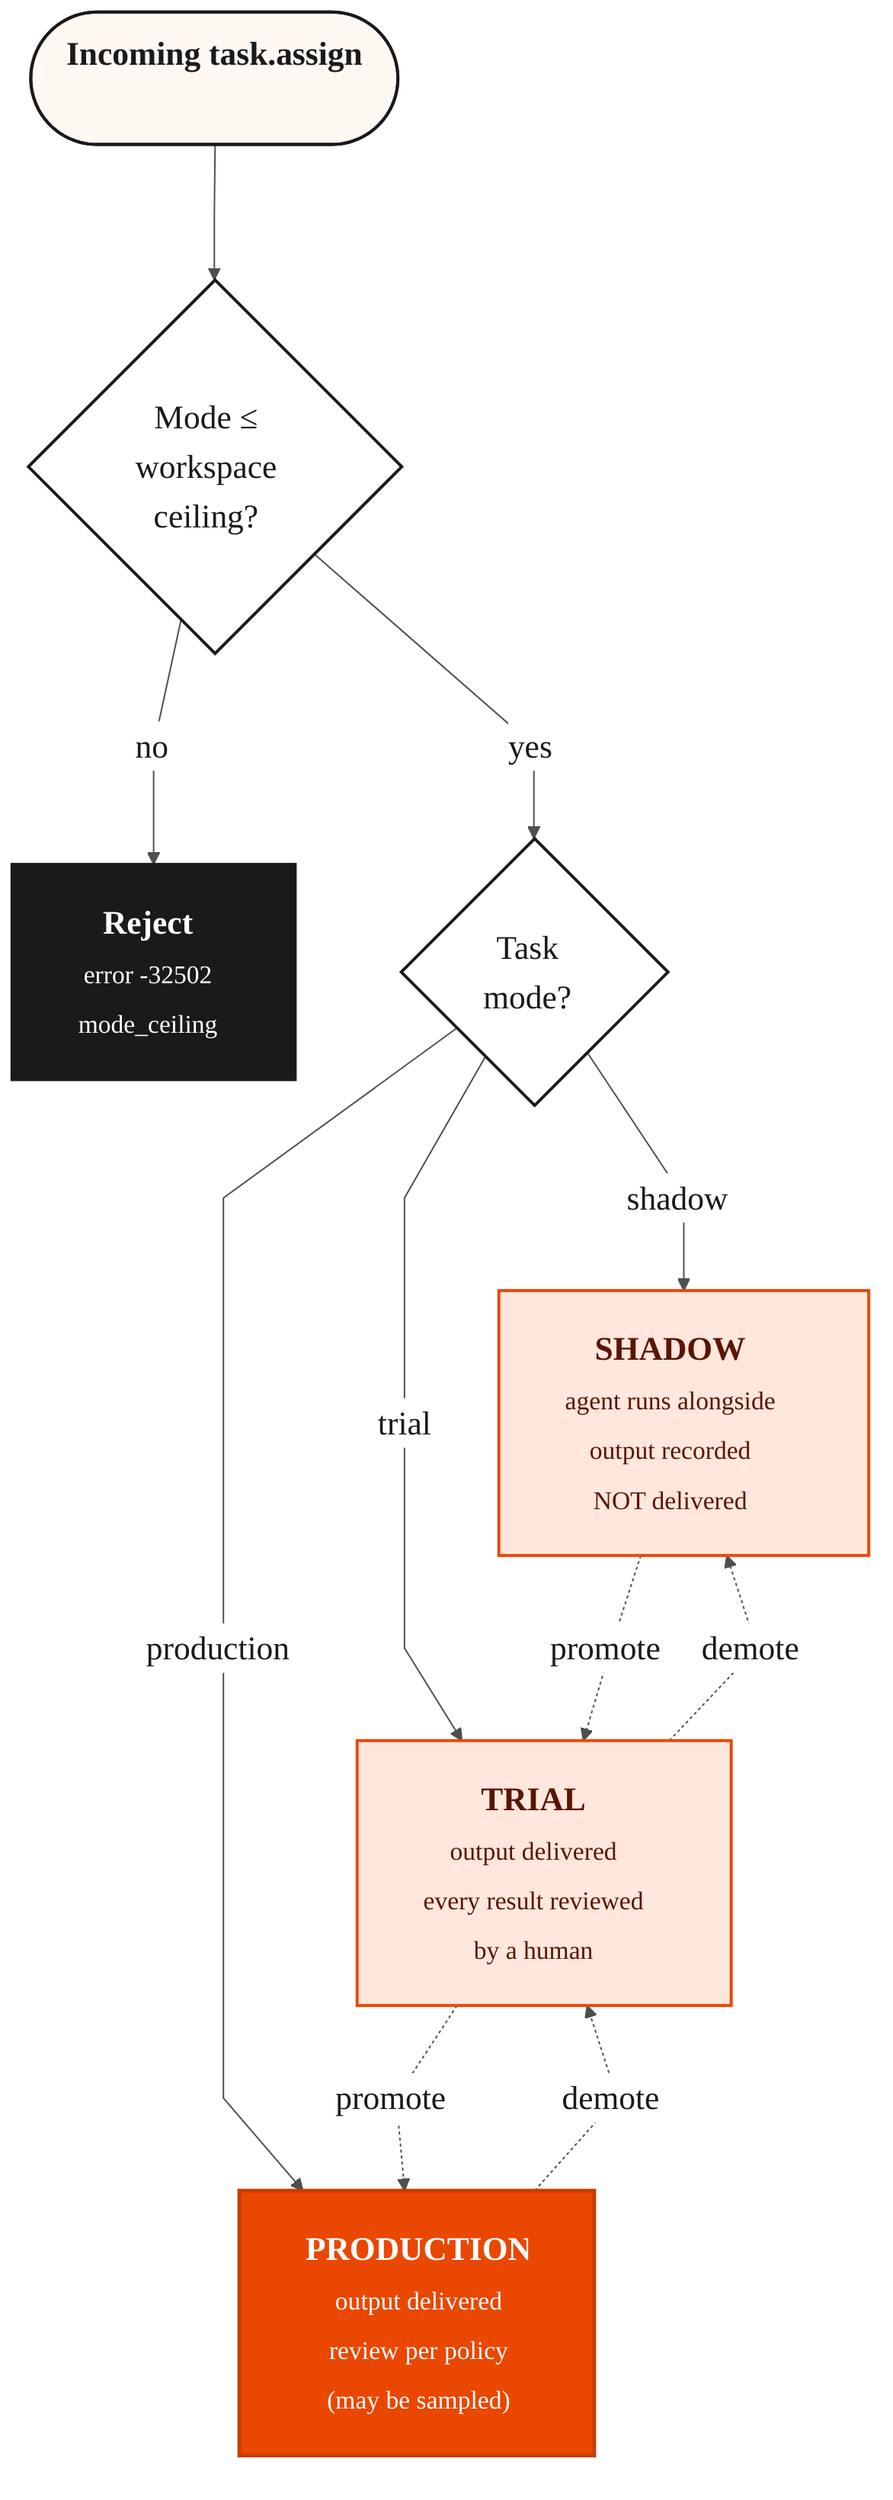
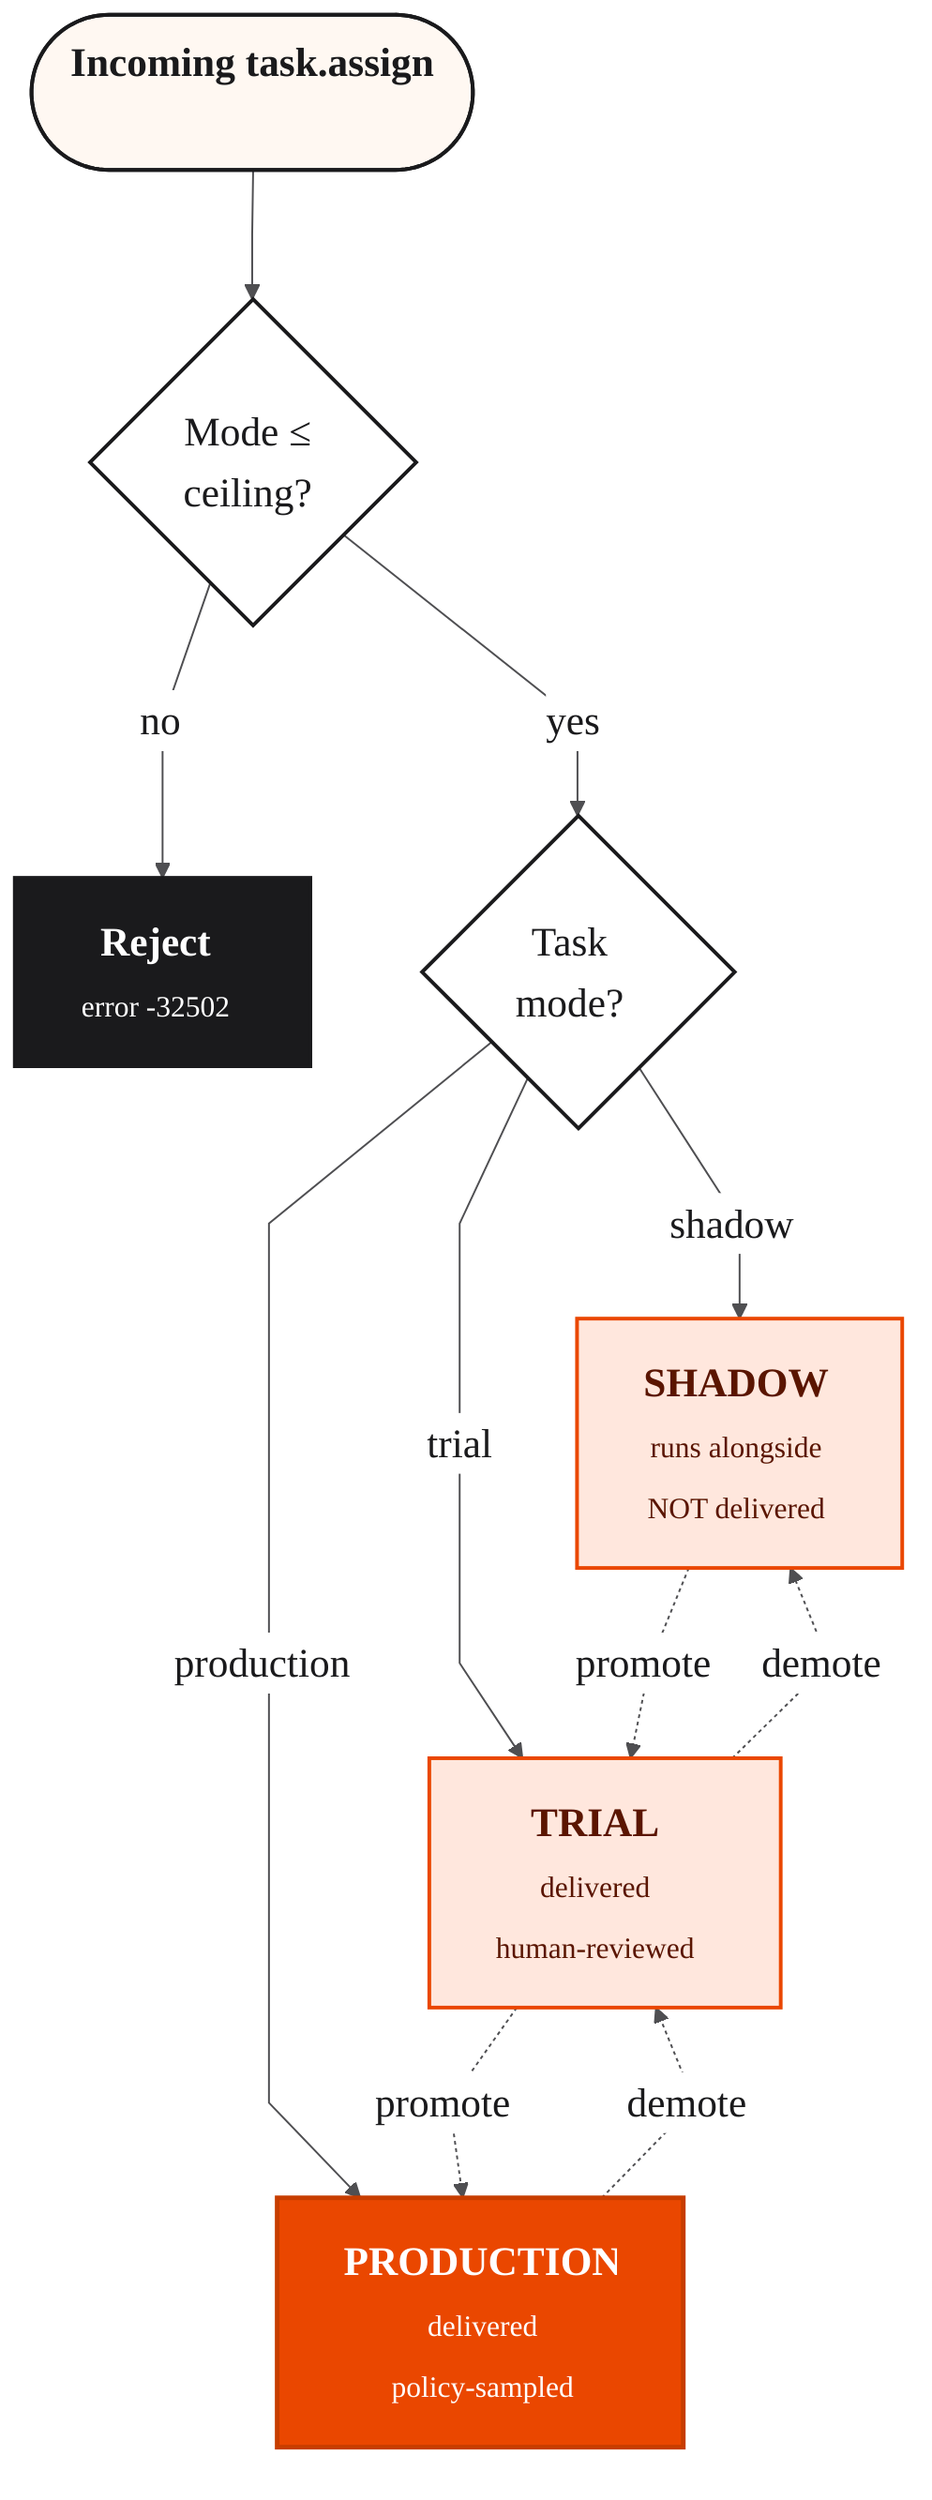
%%{init: {
  "theme": "base",
  "themeVariables": {
    "fontSize": "22px",
    "fontFamily": "Arial, Helvetica, sans-serif",
    "primaryColor": "#ffffff",
    "primaryTextColor": "#1a1a1c",
    "primaryBorderColor": "#1a1a1c",
    "lineColor": "#4f4f52"
  },
-   "flowchart": { "curve": "linear", "nodeSpacing": 70, "rankSpacing": 90, "padding": 22 }
+   "flowchart": { "curve": "linear", "nodeSpacing": 60, "rankSpacing": 70, "padding": 18 }
}}%%
flowchart TB
    Start(["<b>Incoming task.assign</b>"])
-     CheckCeiling{"Mode ≤<br/>workspace<br/>ceiling?"}
-     Deny["<b>Reject</b><br/><span style='font-size:17px;color:#ffffff'>error -32502<br/>mode_ceiling</span>"]
+     CheckCeiling{"Mode ≤<br/>ceiling?"}
+     Deny["<b>Reject</b><br/><span style='font-size:16px;color:#ffffff'>error -32502</span>"]
    CheckMode{"Task<br/>mode?"}

-     Shadow["<b>SHADOW</b><br/><span style='font-size:17px;color:#5a1500'>agent runs alongside<br/>output recorded<br/>NOT delivered</span>"]
-     Trial["<b>TRIAL</b><br/><span style='font-size:17px;color:#5a1500'>output delivered<br/>every result reviewed<br/>by a human</span>"]
-     Prod["<b>PRODUCTION</b><br/><span style='font-size:17px;color:#ffffff'>output delivered<br/>review per policy<br/>(may be sampled)</span>"]
+     Shadow["<b>SHADOW</b><br/><span style='font-size:16px;color:#5a1500'>runs alongside<br/>NOT delivered</span>"]
+     Trial["<b>TRIAL</b><br/><span style='font-size:16px;color:#5a1500'>delivered<br/>human-reviewed</span>"]
+     Prod["<b>PRODUCTION</b><br/><span style='font-size:16px;color:#ffffff'>delivered<br/>policy-sampled</span>"]

    Start --> CheckCeiling
    CheckCeiling -->|no| Deny
    CheckCeiling -->|yes| CheckMode
    CheckMode -->|shadow| Shadow
    CheckMode -->|trial| Trial
    CheckMode -->|production| Prod

    Shadow -. promote .-> Trial
    Trial -. promote .-> Prod
    Prod -. demote .-> Trial
    Trial -. demote .-> Shadow

    classDef start fill:#FFF8F2,stroke:#1a1a1c,color:#1a1a1c,stroke-width:2px
    classDef gate  fill:#ffffff,stroke:#1a1a1c,color:#1a1a1c,stroke-width:2px
    classDef mode  fill:#FFE7DD,stroke:#EA4700,color:#5a1500,stroke-width:2px
    classDef prod  fill:#EA4700,stroke:#C73D00,color:#ffffff,stroke-width:2.5px
    classDef deny  fill:#1a1a1c,stroke:#1a1a1c,color:#ffffff,stroke-width:2px

    class Start start
    class CheckMode,CheckCeiling gate
    class Shadow,Trial mode
    class Prod prod
    class Deny deny
